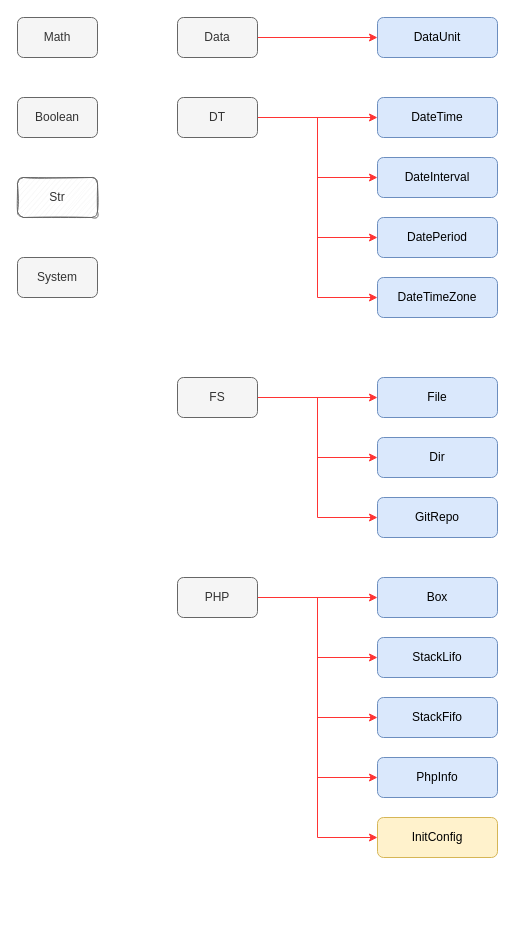
Above: page "Static classes relations with models" (3 of 3) of docs/images/Structure Scheme.drawio in PandaHugMonster/php-simputils (draw.io), before the change. Source tidied: cells renumbered, new cells numbered last; positions are measured from the earlier drawing's top-left corner, leaving out a move shared by most shapes. Both pictures are drawn from the tidied source at 100%, with x=0, y=0 at pixel (17, 17).
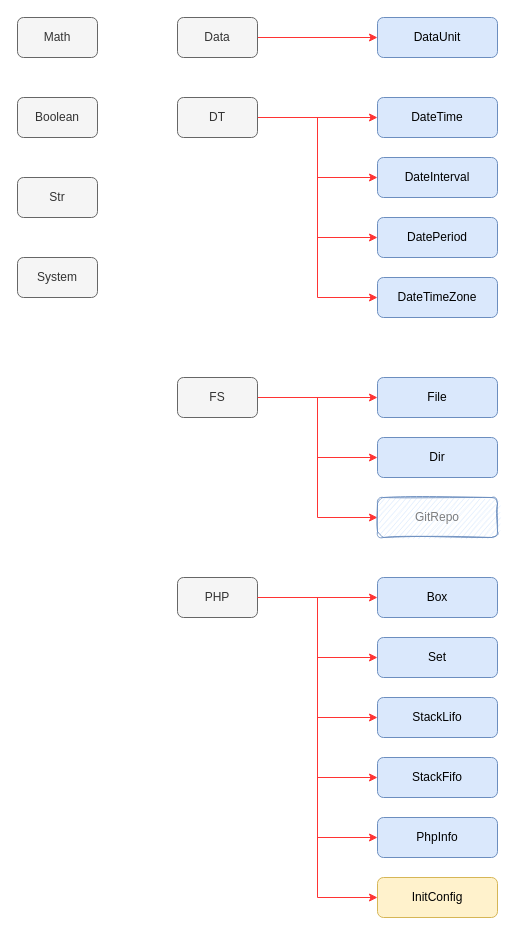
Above is the later version.

The change refers to these unchanged cells:
```xml
<mxCell id="20" value="PHP" style="rounded=1;whiteSpace=wrap;html=1;fillColor=#f5f5f5;strokeColor=#666666;fontColor=#333333;" parent="1" vertex="1">
  <mxGeometry x="160" y="560" width="80" height="40" as="geometry" />
</mxCell>
```

Change to the diagram source:
```diff
@@
-    <mxCell id="21" value="Str" style="rounded=1;whiteSpace=wrap;html=1;fillColor=#f5f5f5;strokeColor=#666666;fontColor=#333333;sketch=1;" parent="1" vertex="1">
+    <mxCell id="21" value="Str" style="rounded=1;whiteSpace=wrap;html=1;fillColor=#f5f5f5;strokeColor=#666666;fontColor=#333333;sketch=0;" parent="1" vertex="1">
       <mxGeometry y="160" width="80" height="40" as="geometry" />
     </mxCell>
@@
-    <mxCell id="30" value="GitRepo" style="rounded=1;whiteSpace=wrap;html=1;fillColor=#dae8fc;strokeColor=#6c8ebf;" parent="1" vertex="1">
+    <mxCell id="30" value="GitRepo" style="rounded=1;whiteSpace=wrap;html=1;fillColor=#dae8fc;strokeColor=#6c8ebf;textOpacity=50;opacity=90;sketch=1;" parent="1" vertex="1">
       <mxGeometry x="360" y="480" width="120" height="40" as="geometry" />
     </mxCell>
@@
     <mxCell id="32" value="PhpInfo" style="rounded=1;whiteSpace=wrap;html=1;fillColor=#dae8fc;strokeColor=#6c8ebf;" parent="1" vertex="1">
-      <mxGeometry x="360" y="740" width="120" height="40" as="geometry" />
+      <mxGeometry x="360" y="800" width="120" height="40" as="geometry" />
     </mxCell>
     <mxCell id="33" value="StackLifo" style="rounded=1;whiteSpace=wrap;html=1;fillColor=#dae8fc;strokeColor=#6c8ebf;" parent="1" vertex="1">
-      <mxGeometry x="360" y="620" width="120" height="40" as="geometry" />
+      <mxGeometry x="360" y="680" width="120" height="40" as="geometry" />
     </mxCell>
     <mxCell id="34" value="StackFifo" style="rounded=1;whiteSpace=wrap;html=1;fillColor=#dae8fc;strokeColor=#6c8ebf;" parent="1" vertex="1">
-      <mxGeometry x="360" y="680" width="120" height="40" as="geometry" />
+      <mxGeometry x="360" y="740" width="120" height="40" as="geometry" />
     </mxCell>
     <mxCell id="35" value="InitConfig" style="rounded=1;whiteSpace=wrap;html=1;fillColor=#fff2cc;strokeColor=#d6b656;" parent="1" vertex="1">
-      <mxGeometry x="360" y="800" width="120" height="40" as="geometry" />
+      <mxGeometry x="360" y="860" width="120" height="40" as="geometry" />
     </mxCell>
+    <mxCell id="36" value="Set" style="rounded=1;whiteSpace=wrap;html=1;fillColor=#dae8fc;strokeColor=#6c8ebf;" parent="1" vertex="1">
+      <mxGeometry x="360" y="620" width="120" height="40" as="geometry" />
+    </mxCell>
+    <mxCell id="37" style="edgeStyle=orthogonalEdgeStyle;rounded=0;jettySize=auto;html=1;exitX=1;exitY=0.5;exitDx=0;exitDy=0;endArrow=classic;endFill=1;strokeColor=#FF3333;strokeWidth=1;fontColor=#004C99;entryX=0;entryY=0.5;entryDx=0;entryDy=0;" parent="1" edge="1" source="20" target="36">
+      <mxGeometry relative="1" as="geometry" />
+    </mxCell>
```
